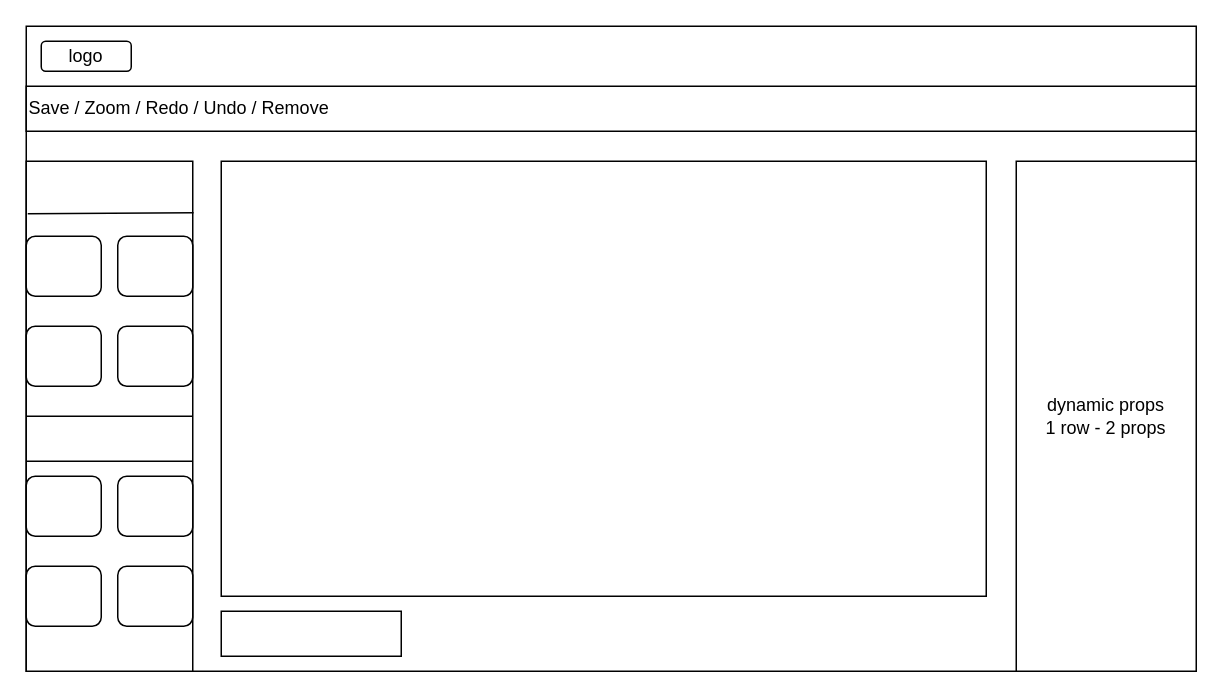
Earlier version of the draw.io diagram prototypev1.0.0.drawio (Africademy/react-website-builder). Source tidied: cells renumbered, new cells numbered last; positions are measured from the earlier drawing's top-left corner, leaving out a move shared by most shapes. Both pictures are drawn from the tidied source at 150%, with x=0, y=0 at pixel (26, 26).
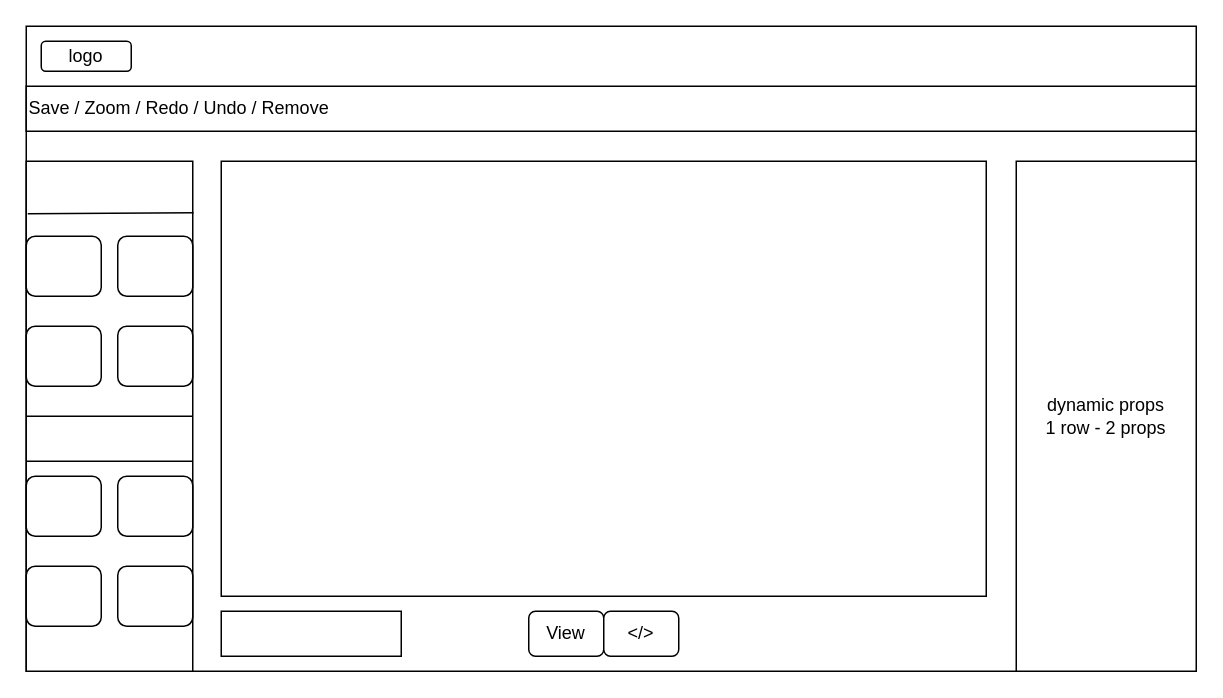
After the change.

The edit, as a diff of the source:
```diff
@@
+    <mxCell id="20" value="View" style="rounded=1;whiteSpace=wrap;html=1;" parent="1" vertex="1">
+      <mxGeometry x="335" y="390" width="50" height="30" as="geometry" />
+    </mxCell>
+    <mxCell id="21" value="&amp;lt;/&amp;gt;" style="rounded=1;whiteSpace=wrap;html=1;" parent="1" vertex="1">
+      <mxGeometry x="385" y="390" width="50" height="30" as="geometry" />
+    </mxCell>
```
